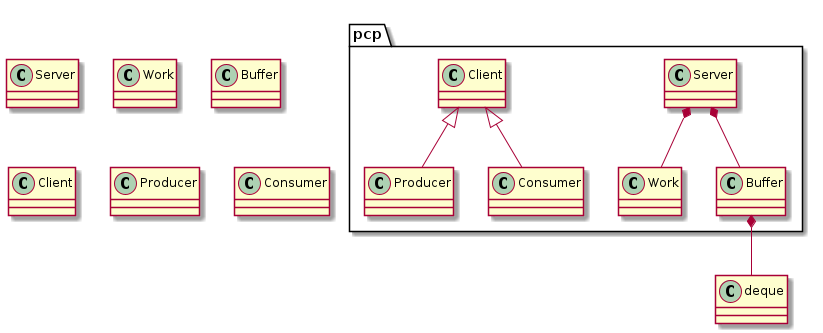
Horolsky/pcp keeps this PlantUML diagram as doc/diagrams/img/pcp-classes.png. Above is the earlier version. Source of this version:
```plantuml
@startuml pcp-classes

    class Server
    class Work
    class Buffer
    class Client
    class Producer
    class Consumer
    class deque

    namespace pcp {
        Server *-- Work
        Server *-- Buffer
        Buffer *-- .deque
        Client <|-- Producer
        Client <|-- Consumer
    }
@enduml
```
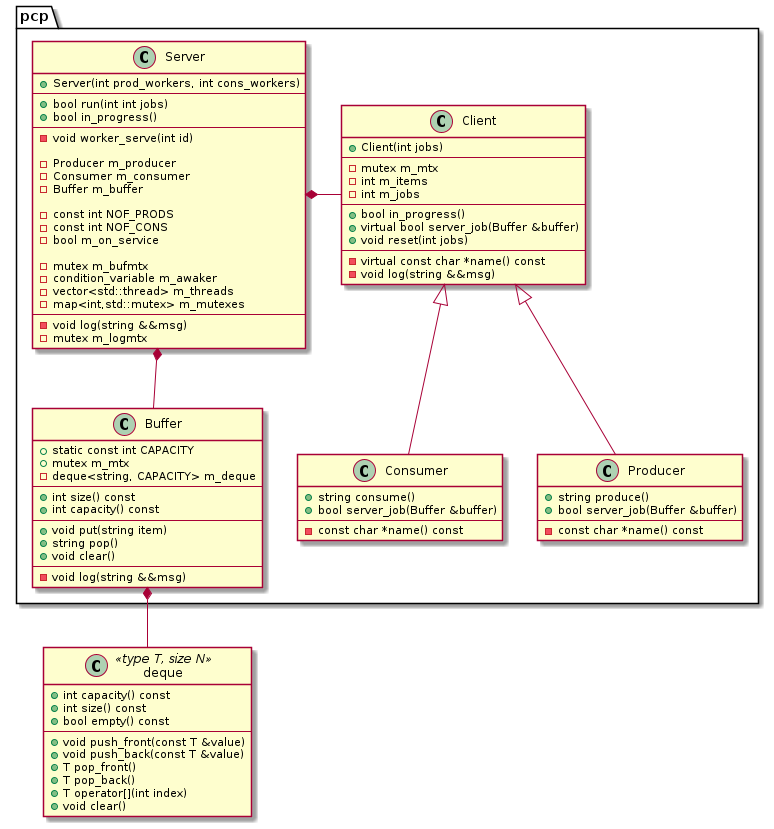
Above is the later version.

Commit message:
doc: pcp-classes diagram

The edit, as a diff of the source:
```diff
@@ -1,18 +1,104 @@
 @startuml pcp-classes
 
-    class Server
-    class Work
-    class Buffer
-    class Client
-    class Producer
-    class Consumer
-    class deque
+    class deque <<type T, size N>>
+    {
+        +int capacity() const
+        +int size() const
+        +bool empty() const
+        ---
+        +void push_front(const T &value)
+        +void push_back(const T &value)
+        +T pop_front()
+        +T pop_back()
+        +T operator[](int index)
+        +void clear()
+    }
 
     namespace pcp {
-        Server *-- Work
+
+        class Server
+        {
+            +Server(int prod_workers, int cons_workers)
+            ---
+            +bool run(int int jobs)
+            +bool in_progress()
+            ---
+            -void worker_serve(int id)
+
+            -Producer m_producer
+            -Consumer m_consumer
+            -Buffer m_buffer
+
+            -const int NOF_PRODS
+            -const int NOF_CONS
+            -bool m_on_service
+
+            -mutex m_bufmtx
+            -condition_variable m_awaker
+            -vector<std::thread> m_threads
+            -map<int,std::mutex> m_mutexes
+            ---
+            -void log(string &&msg)
+            -mutex m_logmtx
+        }
+
+        class Buffer
+        {
+            +static const int CAPACITY
+            +mutex m_mtx
+            -deque<string, CAPACITY> m_deque
+            ---
+            +int size() const
+            +int capacity() const
+            ---
+            +void put(string item)
+            +string pop()
+            +void clear()
+            ---
+            -void log(string &&msg)
+        }
+
+        class Client
+        {
+            +Client(int jobs)
+            ---
+            -mutex m_mtx
+            -int m_items
+            -int m_jobs
+            ---
+            +bool in_progress()
+            +virtual bool server_job(Buffer &buffer)
+            +void reset(int jobs)
+            ---
+            -virtual const char *name() const
+            -void log(string &&msg)
+        }
+
+
+        class Producer
+        {
+            +string produce()
+            +bool server_job(Buffer &buffer)
+            ---
+            -const char *name() const
+        }
+
+        class Consumer
+        {
+            +string consume()
+            +bool server_job(Buffer &buffer)
+            ---
+            -const char *name() const
+        }
+
         Server *-- Buffer
+        Server *-right- Client
         Buffer *-- .deque
         Client <|-- Producer
         Client <|-- Consumer
+
     }
+
+
+
 @enduml
```
